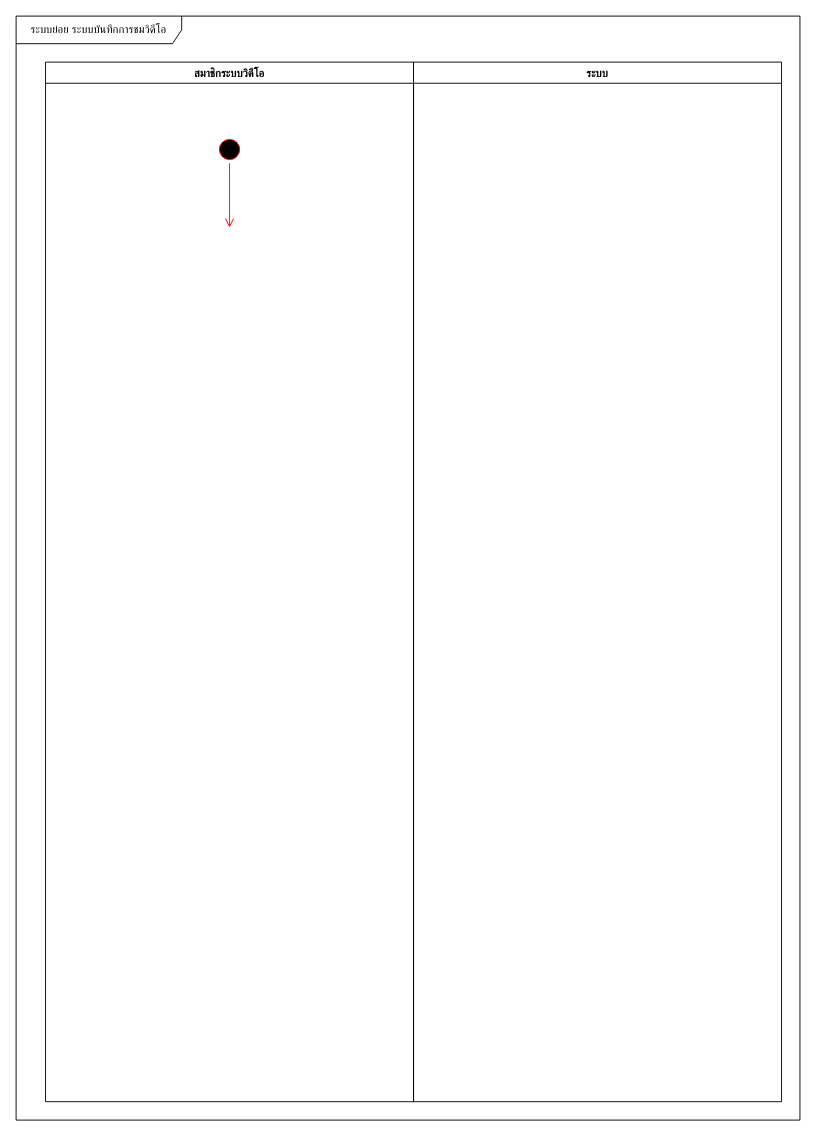
Above: page "Test" (4 of 8) of ระบบนัดหมาย.drawio in nunpromporn/DoctorSchedule (draw.io), before the change. Source tidied: cells renumbered, new cells numbered last; positions are measured from the earlier drawing's top-left corner, leaving out a move shared by most shapes. Both pictures are drawn from the tidied source at 92%, with x=0, y=0 at pixel (16, 16).
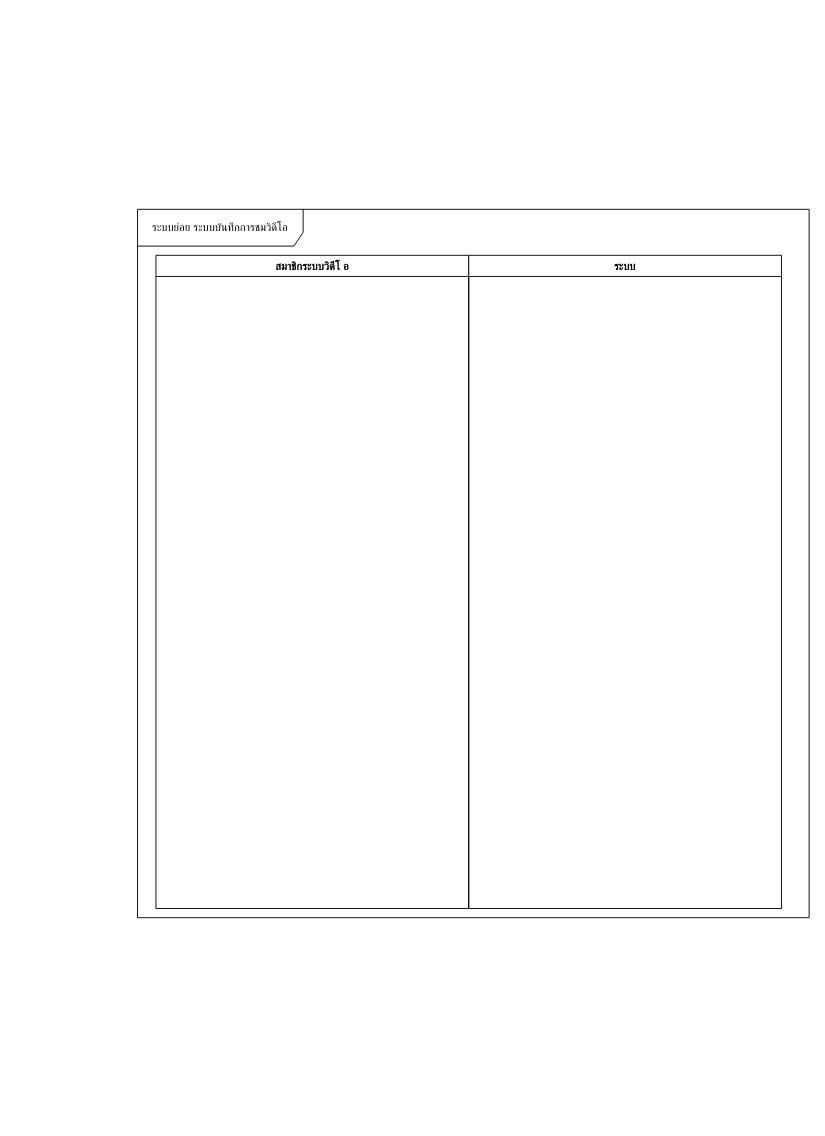
After the change.

What changed in the source:
```diff
@@
 <mxGraphModel>
   <root>
     <mxCell id="0" />
     <mxCell id="1" parent="0" />
-    <mxCell id="2" value="ระบบย่อย ระบบบันทึกการชมวิดีโอ" style="shape=umlFrame;whiteSpace=wrap;html=1;width=180;height=30;" parent="1" vertex="1">
-      <mxGeometry width="852" height="1200" as="geometry" />
+    <mxCell id="2" value="ระบบย่อย ระบบบันทึกการชมวิดีโอ" style="shape=umlFrame;whiteSpace=wrap;html=1;width=180;height=40;" parent="1" vertex="1">
+      <mxGeometry x="132" y="210" width="730" height="770" as="geometry" />
     </mxCell>
-    <mxCell id="3" value="สมาชิกระบบวิดีโอ" style="swimlane;" parent="1" vertex="1">
-      <mxGeometry x="32" y="50" width="400" height="1130" as="geometry" />
-    </mxCell>
-    <mxCell id="4" style="ellipse;html=1;shape=startState;fillColor=#000000;strokeColor=#ff0000;" parent="3" vertex="1">
-      <mxGeometry x="185" y="80" width="30" height="30" as="geometry" />
-    </mxCell>
+    <mxCell id="7" value="สมาชิกระบบวิดีโ อ" style="swimlane;" parent="1" vertex="1">
+      <mxGeometry x="152" y="260" width="340" height="710" as="geometry" />
+    </mxCell>
     <mxCell id="5" value="ระบบ" style="swimlane;" parent="1" vertex="1">
-      <mxGeometry x="432" y="50" width="400" height="1130" as="geometry" />
+      <mxGeometry x="492" y="260" width="340" height="710" as="geometry" />
     </mxCell>
-    <mxCell id="6" style="edgeStyle=orthogonalEdgeStyle;html=1;verticalAlign=bottom;endArrow=open;endSize=8;strokeColor=#ff0000;rounded=0;" parent="1" edge="1">
-      <mxGeometry relative="1" as="geometry">
-        <mxPoint x="232" y="160" as="sourcePoint" />
-        <mxPoint x="232" y="230" as="targetPoint" />
-        <Array as="points">
-          <mxPoint x="232" y="170" />
-          <mxPoint x="232" y="170" />
-        </Array>
-      </mxGeometry>
-    </mxCell>
   </root>
 </mxGraphModel>
```
